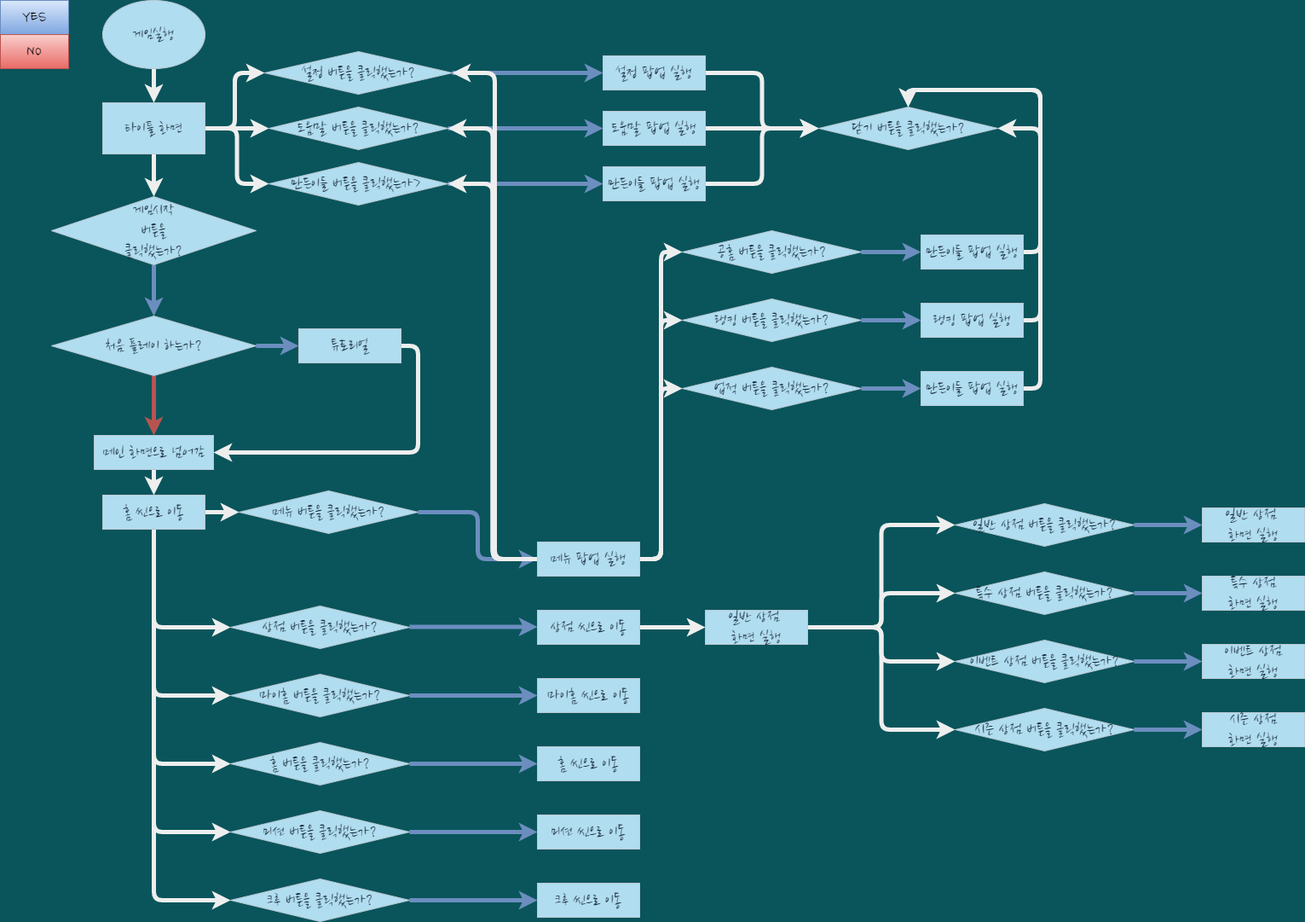
The draw.io diagram gameplay_flowchat.drawio.png in kinesis19/stac_project_SME, before a commit. Source tidied: cells renumbered, new cells last; positions are measured from the earlier drawing's top-left corner, leaving out a move shared by most shapes.
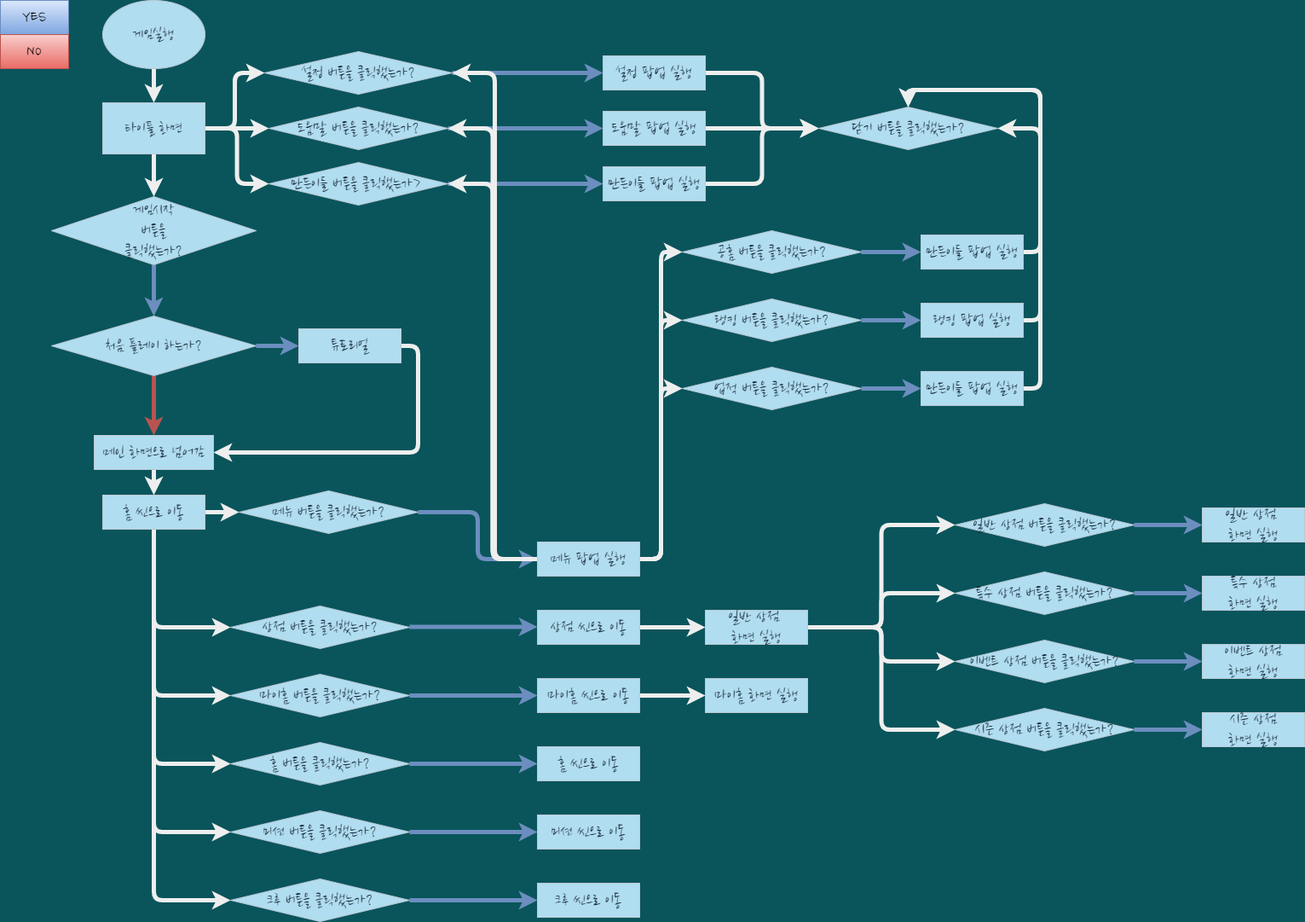
Above is the later version.

Change to the diagram source:
```diff
@@ -211,6 +211,9 @@
         <mxPoint x="480" y="815" as="sourcePoint" />
       </mxGeometry>
     </mxCell>
+    <mxCell id="94" style="edgeStyle=orthogonalEdgeStyle;curved=0;rounded=1;sketch=0;jettySize=auto;html=1;exitX=1;exitY=0.5;exitDx=0;exitDy=0;entryX=0;entryY=0.5;entryDx=0;entryDy=0;fontColor=#FFFFFF;strokeColor=#EEEEEE;strokeWidth=5;" parent="1" edge="1" source="69" target="95">
+      <mxGeometry relative="1" as="geometry" />
+    </mxCell>
     <mxCell id="69" value="마이홈 씬으로 이동" style="rounded=0;whiteSpace=wrap;html=1;sketch=0;fontFamily=Nanum Brush Script;fontSource=https%3A%2F%2Ffonts.googleapis.com%2Fcss%3Ffamily%3DNanum%2BBrush%2BScript;fontSize=20;fillColor=#B1DDF0;strokeColor=#BAC8D3;fontColor=#182E3E;" parent="1" vertex="1">
       <mxGeometry x="630" y="795" width="120" height="40" as="geometry" />
     </mxCell>
@@ -301,5 +304,8 @@
     <mxCell id="93" value="일반 상점 &lt;br&gt;화면 실행" style="rounded=0;whiteSpace=wrap;html=1;sketch=0;fontFamily=Nanum Brush Script;fontSource=https%3A%2F%2Ffonts.googleapis.com%2Fcss%3Ffamily%3DNanum%2BBrush%2BScript;fontSize=20;fillColor=#B1DDF0;strokeColor=#BAC8D3;fontColor=#182E3E;" parent="1" vertex="1">
       <mxGeometry x="827" y="715" width="120" height="40" as="geometry" />
     </mxCell>
+    <mxCell id="95" value="마이홈 화면 실행" style="rounded=0;whiteSpace=wrap;html=1;sketch=0;fontFamily=Nanum Brush Script;fontSource=https%3A%2F%2Ffonts.googleapis.com%2Fcss%3Ffamily%3DNanum%2BBrush%2BScript;fontSize=20;fillColor=#B1DDF0;strokeColor=#BAC8D3;fontColor=#182E3E;" parent="1" vertex="1">
+      <mxGeometry x="827" y="795" width="120" height="40" as="geometry" />
+    </mxCell>
   </root>
 </mxGraphModel>
```
